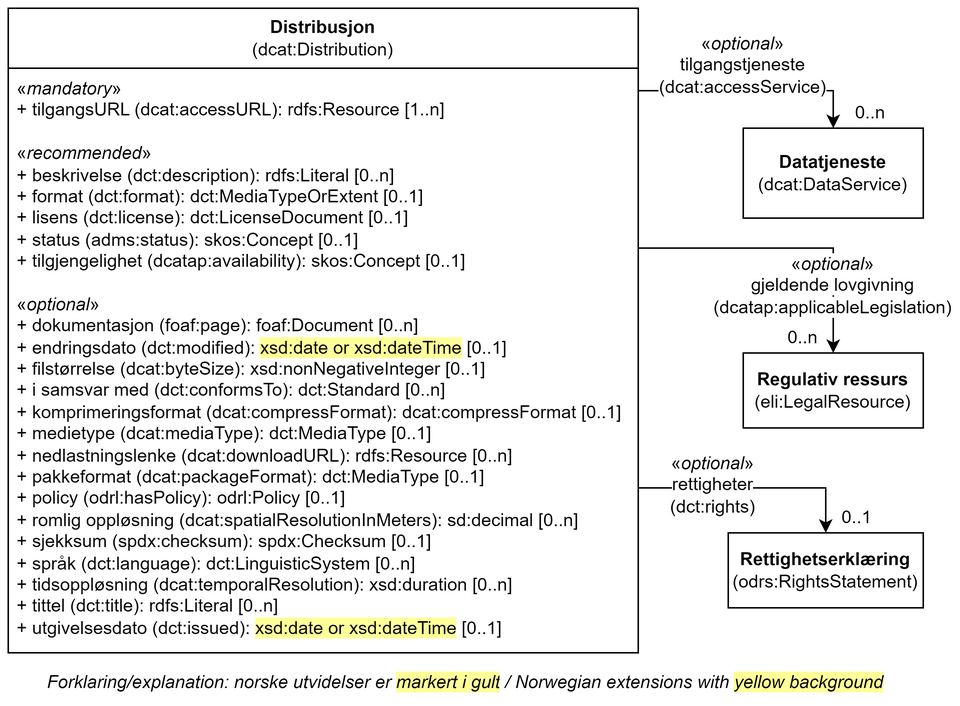
Informasjonsforvaltning/dcat-ap-no keeps this draw.io diagram as docs/images/Klassen-Distribusjon.png. Above is the earlier version. Source tidied: cells renumbered, new cells last; positions are measured from the earlier drawing's top-left corner, leaving out a move shared by most shapes.
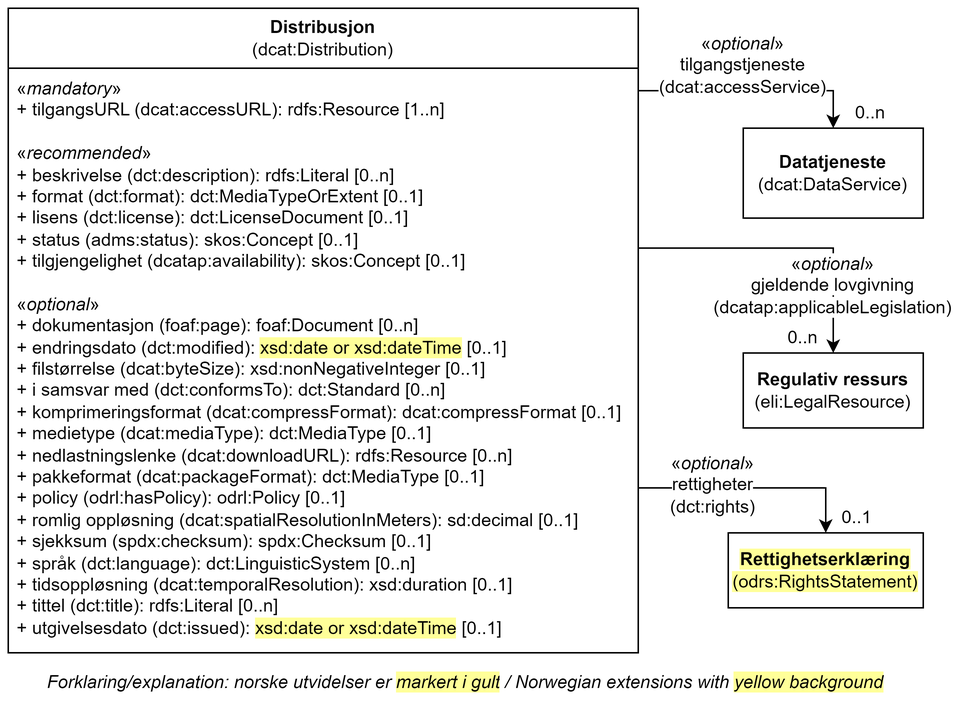
After the change.

Commit message:
Justering ift. DCAT-AP

What changed in the source:
```diff
@@ -5,7 +5,7 @@
     <mxCell id="2" value="Distribusjon&lt;br&gt;&lt;span style=&quot;font-weight: normal;&quot;&gt;(dcat:Distribution)&lt;/span&gt;" style="swimlane;whiteSpace=wrap;html=1;startSize=40;" parent="1" vertex="1">
       <mxGeometry width="420" height="430" as="geometry" />
     </mxCell>
-    <mxCell id="3" value="«&lt;i&gt;mandatory&lt;/i&gt;»&lt;br&gt;+ tilgangsURL (dcat:accessURL): rdfs:Resource [1..n]&lt;br&gt;&lt;br&gt;«&lt;i&gt;recommended&lt;/i&gt;»&lt;br&gt;+ beskrivelse (dct:description): rdfs:Literal [0..n]&lt;br&gt;+ format (dct:format): dct:MediaTypeOrExtent [0..1]&lt;br&gt;+ lisens (dct:license): dct:LicenseDocument [0..1]&lt;br&gt;+ status (adms:status): skos:Concept [0..1]&lt;br&gt;+ tilgjengelighet (dcatap:availability): skos:Concept [0..1]&lt;br&gt;&lt;br&gt;«&lt;i&gt;optional&lt;/i&gt;»&lt;br&gt;+ dokumentasjon (foaf:page): foaf:Document [0..n]&lt;br&gt;+ endringsdato (dct:modified): &lt;span style=&quot;background-color: rgb(255, 255, 153);&quot;&gt;xsd:date or xsd:dateTime&lt;/span&gt; [0..1]&lt;br&gt;+ filstørrelse (dcat:byteSize): xsd:nonNegativeInteger [0..1]&lt;br&gt;+ i samsvar med (dct:conformsTo): dct:Standard [0..n]&lt;br&gt;+ komprimeringsformat (dcat:compressFormat): dcat:compressFormat [0..1]&lt;br&gt;+ medietype (dcat:mediaType): dct:MediaType [0..1]&lt;br&gt;+ nedlastningslenke (dcat:downloadURL): rdfs:Resource [0..n]&lt;br&gt;+ pakkeformat (dcat:packageFormat): dct:MediaType [0..1]&lt;br&gt;+ policy (odrl:hasPolicy): odrl:Policy [0..1]&lt;br&gt;+ romlig oppløsning (dcat:spatialResolutionInMeters): sd:decimal [0..n]&lt;br&gt;+ sjekksum (spdx:checksum): spdx:Checksum [0..1]&lt;br&gt;+ språk (dct:language): dct:LinguisticSystem [0..n]&lt;br&gt;+ tidsoppløsning (dcat:temporalResolution): xsd:duration [0..n]&lt;br&gt;+ tittel (dct:title): rdfs:Literal [0..n]&lt;br&gt;+ utgivelsesdato (dct:issued): &lt;span style=&quot;background-color: rgb(255, 255, 153);&quot;&gt;xsd:date or xsd:dateTime&lt;/span&gt; [0..1]" style="text;strokeColor=none;fillColor=none;align=left;verticalAlign=top;spacingLeft=4;spacingRight=4;overflow=hidden;whiteSpace=wrap;html=1;" parent="2" vertex="1">
+    <mxCell id="3" value="«&lt;i&gt;mandatory&lt;/i&gt;»&lt;br&gt;+ tilgangsURL (dcat:accessURL): rdfs:Resource [1..n]&lt;br&gt;&lt;br&gt;«&lt;i&gt;recommended&lt;/i&gt;»&lt;br&gt;+ beskrivelse (dct:description): rdfs:Literal [0..n]&lt;br&gt;+ format (dct:format): dct:MediaTypeOrExtent [0..1]&lt;br&gt;+ lisens (dct:license): dct:LicenseDocument [0..1]&lt;br&gt;+ status (adms:status): skos:Concept [0..1]&lt;br&gt;+ tilgjengelighet (dcatap:availability): skos:Concept [0..1]&lt;br&gt;&lt;br&gt;«&lt;i&gt;optional&lt;/i&gt;»&lt;br&gt;+ dokumentasjon (foaf:page): foaf:Document [0..n]&lt;br&gt;+ endringsdato (dct:modified): &lt;span style=&quot;background-color: rgb(255, 255, 153);&quot;&gt;xsd:date or xsd:dateTime&lt;/span&gt; [0..1]&lt;br&gt;+ filstørrelse (dcat:byteSize): xsd:nonNegativeInteger [0..1]&lt;br&gt;+ i samsvar med (dct:conformsTo): dct:Standard [0..n]&lt;br&gt;+ komprimeringsformat (dcat:compressFormat): dcat:compressFormat [0..1]&lt;br&gt;+ medietype (dcat:mediaType): dct:MediaType [0..1]&lt;br&gt;+ nedlastningslenke (dcat:downloadURL): rdfs:Resource [0..n]&lt;br&gt;+ pakkeformat (dcat:packageFormat): dct:MediaType [0..1]&lt;br&gt;+ policy (odrl:hasPolicy): odrl:Policy [0..1]&lt;br&gt;+ romlig oppløsning (dcat:spatialResolutionInMeters): sd:decimal [0..1]&lt;br&gt;+ sjekksum (spdx:checksum): spdx:Checksum [0..1]&lt;br&gt;+ språk (dct:language): dct:LinguisticSystem [0..n]&lt;br&gt;+ tidsoppløsning (dcat:temporalResolution): xsd:duration [0..1]&lt;br&gt;+ tittel (dct:title): rdfs:Literal [0..n]&lt;br&gt;+ utgivelsesdato (dct:issued): &lt;span style=&quot;background-color: rgb(255, 255, 153);&quot;&gt;xsd:date or xsd:dateTime&lt;/span&gt; [0..1]" style="text;strokeColor=none;fillColor=none;align=left;verticalAlign=top;spacingLeft=4;spacingRight=4;overflow=hidden;whiteSpace=wrap;html=1;" parent="2" vertex="1">
       <mxGeometry y="40" width="420" height="380" as="geometry" />
     </mxCell>
     <mxCell id="4" value="&lt;b&gt;Datatjeneste&lt;/b&gt;&lt;br&gt;(dcat:DataService)" style="rounded=0;whiteSpace=wrap;html=1;" parent="1" vertex="1">
@@ -43,7 +43,7 @@
     <mxCell id="11" value="«&lt;i style=&quot;background-color: rgb(255, 255, 255);&quot;&gt;optional&lt;/i&gt;»&lt;br&gt;&lt;span style=&quot;background-color: rgb(255, 255, 255);&quot;&gt;gjeldende lovgivning&lt;br&gt;(dcatap:applicableLegislation)&lt;/span&gt;" style="text;html=1;align=center;verticalAlign=middle;whiteSpace=wrap;rounded=0;" parent="1" vertex="1">
       <mxGeometry x="520" y="170" width="60" height="30" as="geometry" />
     </mxCell>
-    <mxCell id="12" value="&lt;b&gt;Rettighetserklæring&lt;/b&gt;&lt;br&gt;(odrs:RightsStatement)" style="html=1;whiteSpace=wrap;" parent="1" vertex="1">
+    <mxCell id="12" value="&lt;span style=&quot;background-color: rgb(255, 255, 153);&quot;&gt;&lt;b&gt;Rettighetserklæring&lt;/b&gt;&lt;br&gt;(odrs:RightsStatement)&lt;/span&gt;" style="html=1;whiteSpace=wrap;" parent="1" vertex="1">
       <mxGeometry x="480" y="350" width="130" height="50" as="geometry" />
     </mxCell>
     <mxCell id="13" style="endArrow=classic;html=1;rounded=0;entryX=0.5;entryY=0;entryDx=0;entryDy=0;" parent="1" edge="1" target="12">
```
